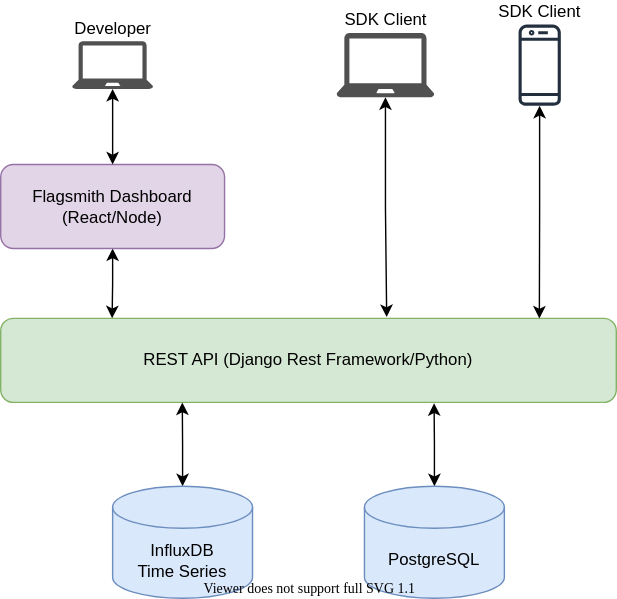
Earlier version of the draw.io export static/img/architecture.svg (Flagsmith/flagsmith-docs). Source tidied: cells renumbered, new cells last; positions are measured from the earlier drawing's top-left corner, leaving out a move shared by most shapes. Its diagram source:
```xml
<mxGraphModel>
  <root>
    <mxCell id="0" />
    <mxCell id="1" parent="0" />
    <mxCell id="2" value="REST API (Django Rest Framework/Python)" style="rounded=1;whiteSpace=wrap;html=1;fillColor=#d5e8d4;strokeColor=#82b366;" parent="1" vertex="1">
      <mxGeometry y="210" width="440" height="60" as="geometry" />
    </mxCell>
    <mxCell id="3" style="edgeStyle=orthogonalEdgeStyle;rounded=0;jettySize=auto;html=1;startArrow=classic;startFill=1;entryX=0.181;entryY=-0.001;entryDx=0;entryDy=0;entryPerimeter=0;" parent="1" edge="1" source="4" target="2">
      <mxGeometry relative="1" as="geometry" />
    </mxCell>
    <mxCell id="4" value="Flagsmith Dashboard&lt;br&gt;(React/Node)" style="rounded=1;whiteSpace=wrap;html=1;fillColor=#e1d5e7;strokeColor=#9673a6;" parent="1" vertex="1">
      <mxGeometry y="100" width="160" height="60" as="geometry" />
    </mxCell>
    <mxCell id="5" style="edgeStyle=orthogonalEdgeStyle;rounded=0;jettySize=auto;html=1;entryX=0.704;entryY=1.01;entryDx=0;entryDy=0;entryPerimeter=0;startArrow=classic;startFill=1;" parent="1" edge="1" source="6" target="2">
      <mxGeometry relative="1" as="geometry" />
    </mxCell>
    <mxCell id="6" value="PostgreSQL" style="shape=cylinder3;whiteSpace=wrap;html=1;boundedLbl=1;backgroundOutline=1;size=15;fillColor=#dae8fc;strokeColor=#6c8ebf;" parent="1" vertex="1">
      <mxGeometry x="260" y="330" width="100" height="80" as="geometry" />
    </mxCell>
    <mxCell id="7" style="edgeStyle=orthogonalEdgeStyle;rounded=0;jettySize=auto;html=1;entryX=0.875;entryY=0.002;entryDx=0;entryDy=0;entryPerimeter=0;startArrow=classic;startFill=1;" parent="1" edge="1" source="8" target="2">
      <mxGeometry relative="1" as="geometry" />
    </mxCell>
    <mxCell id="8" value="&lt;span style=&quot;color: rgb(0 , 0 , 0) ; background-color: rgb(255 , 255 , 255)&quot;&gt;SDK Client&lt;/span&gt;" style="outlineConnect=0;fontColor=#232F3E;gradientColor=none;fillColor=#232F3E;strokeColor=none;dashed=0;verticalLabelPosition=top;verticalAlign=bottom;align=center;html=1;fontSize=12;fontStyle=0;shape=mxgraph.aws4.mobile_client;labelPosition=center;" parent="1" vertex="1">
      <mxGeometry x="370" width="30.5" height="58" as="geometry" />
    </mxCell>
    <mxCell id="9" style="edgeStyle=orthogonalEdgeStyle;rounded=0;jettySize=auto;html=1;entryX=0.295;entryY=1.002;entryDx=0;entryDy=0;entryPerimeter=0;startArrow=classic;startFill=1;" parent="1" edge="1" source="10" target="2">
      <mxGeometry relative="1" as="geometry" />
    </mxCell>
    <mxCell id="10" value="InfluxDB&lt;br&gt;Time Series" style="shape=cylinder3;whiteSpace=wrap;html=1;boundedLbl=1;backgroundOutline=1;size=15;fillColor=#dae8fc;strokeColor=#6c8ebf;" parent="1" vertex="1">
      <mxGeometry x="80" y="330" width="100" height="80" as="geometry" />
    </mxCell>
    <mxCell id="11" style="edgeStyle=orthogonalEdgeStyle;rounded=0;jettySize=auto;html=1;entryX=0.5;entryY=0;entryDx=0;entryDy=0;entryPerimeter=0;startArrow=classic;startFill=1;" parent="1" edge="1" source="12" target="4">
      <mxGeometry relative="1" as="geometry" />
    </mxCell>
    <mxCell id="12" value="Developer" style="shadow=0;dashed=0;html=1;strokeColor=none;fillColor=#505050;labelPosition=center;verticalLabelPosition=top;verticalAlign=bottom;outlineConnect=0;align=center;shape=mxgraph.office.devices.laptop;" parent="1" vertex="1">
      <mxGeometry x="51" y="12" width="58" height="34" as="geometry" />
    </mxCell>
    <mxCell id="13" style="edgeStyle=orthogonalEdgeStyle;rounded=0;jettySize=auto;html=1;entryX=0.627;entryY=-0.016;entryDx=0;entryDy=0;entryPerimeter=0;startArrow=classic;startFill=1;" parent="1" edge="1" source="14" target="2">
      <mxGeometry relative="1" as="geometry" />
    </mxCell>
    <mxCell id="14" value="SDK Client" style="shadow=0;dashed=0;html=1;strokeColor=none;fillColor=#505050;labelPosition=center;verticalLabelPosition=top;verticalAlign=bottom;outlineConnect=0;align=center;shape=mxgraph.office.devices.laptop;" parent="1" vertex="1">
      <mxGeometry x="240" y="6" width="70" height="46" as="geometry" />
    </mxCell>
  </root>
</mxGraphModel>
```
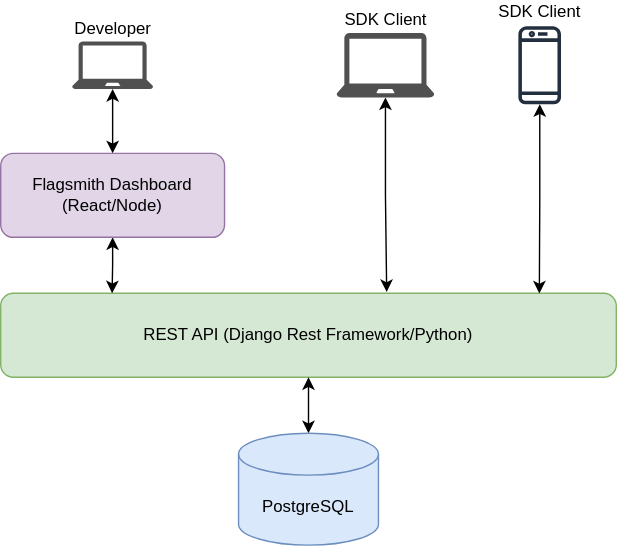
After the commit.

Commit message:
Updated architecture diagram

Change to the diagram source:
```diff
@@ -9,37 +9,31 @@
       <mxGeometry relative="1" as="geometry" />
     </mxCell>
     <mxCell id="4" value="Flagsmith Dashboard&lt;br&gt;(React/Node)" style="rounded=1;whiteSpace=wrap;html=1;fillColor=#e1d5e7;strokeColor=#9673a6;" parent="1" vertex="1">
-      <mxGeometry y="100" width="160" height="60" as="geometry" />
+      <mxGeometry y="110" width="160" height="60" as="geometry" />
     </mxCell>
-    <mxCell id="5" style="edgeStyle=orthogonalEdgeStyle;rounded=0;jettySize=auto;html=1;entryX=0.704;entryY=1.01;entryDx=0;entryDy=0;entryPerimeter=0;startArrow=classic;startFill=1;" parent="1" edge="1" source="6" target="2">
+    <mxCell id="5" style="edgeStyle=orthogonalEdgeStyle;rounded=0;jettySize=auto;html=1;entryX=0.5;entryY=1;entryDx=0;entryDy=0;startArrow=classic;startFill=1;" parent="1" edge="1" source="6" target="2">
       <mxGeometry relative="1" as="geometry" />
     </mxCell>
     <mxCell id="6" value="PostgreSQL" style="shape=cylinder3;whiteSpace=wrap;html=1;boundedLbl=1;backgroundOutline=1;size=15;fillColor=#dae8fc;strokeColor=#6c8ebf;" parent="1" vertex="1">
-      <mxGeometry x="260" y="330" width="100" height="80" as="geometry" />
+      <mxGeometry x="170" y="310" width="100" height="80" as="geometry" />
     </mxCell>
     <mxCell id="7" style="edgeStyle=orthogonalEdgeStyle;rounded=0;jettySize=auto;html=1;entryX=0.875;entryY=0.002;entryDx=0;entryDy=0;entryPerimeter=0;startArrow=classic;startFill=1;" parent="1" edge="1" source="8" target="2">
       <mxGeometry relative="1" as="geometry" />
     </mxCell>
     <mxCell id="8" value="&lt;span style=&quot;color: rgb(0 , 0 , 0) ; background-color: rgb(255 , 255 , 255)&quot;&gt;SDK Client&lt;/span&gt;" style="outlineConnect=0;fontColor=#232F3E;gradientColor=none;fillColor=#232F3E;strokeColor=none;dashed=0;verticalLabelPosition=top;verticalAlign=bottom;align=center;html=1;fontSize=12;fontStyle=0;shape=mxgraph.aws4.mobile_client;labelPosition=center;" parent="1" vertex="1">
-      <mxGeometry x="370" width="30.5" height="58" as="geometry" />
+      <mxGeometry x="370" y="18" width="30.5" height="58" as="geometry" />
     </mxCell>
-    <mxCell id="9" style="edgeStyle=orthogonalEdgeStyle;rounded=0;jettySize=auto;html=1;entryX=0.295;entryY=1.002;entryDx=0;entryDy=0;entryPerimeter=0;startArrow=classic;startFill=1;" parent="1" edge="1" source="10" target="2">
-      <mxGeometry relative="1" as="geometry" />
-    </mxCell>
-    <mxCell id="10" value="InfluxDB&lt;br&gt;Time Series" style="shape=cylinder3;whiteSpace=wrap;html=1;boundedLbl=1;backgroundOutline=1;size=15;fillColor=#dae8fc;strokeColor=#6c8ebf;" parent="1" vertex="1">
-      <mxGeometry x="80" y="330" width="100" height="80" as="geometry" />
-    </mxCell>
     <mxCell id="11" style="edgeStyle=orthogonalEdgeStyle;rounded=0;jettySize=auto;html=1;entryX=0.5;entryY=0;entryDx=0;entryDy=0;entryPerimeter=0;startArrow=classic;startFill=1;" parent="1" edge="1" source="12" target="4">
       <mxGeometry relative="1" as="geometry" />
     </mxCell>
     <mxCell id="12" value="Developer" style="shadow=0;dashed=0;html=1;strokeColor=none;fillColor=#505050;labelPosition=center;verticalLabelPosition=top;verticalAlign=bottom;outlineConnect=0;align=center;shape=mxgraph.office.devices.laptop;" parent="1" vertex="1">
-      <mxGeometry x="51" y="12" width="58" height="34" as="geometry" />
+      <mxGeometry x="51" y="30" width="58" height="34" as="geometry" />
     </mxCell>
     <mxCell id="13" style="edgeStyle=orthogonalEdgeStyle;rounded=0;jettySize=auto;html=1;entryX=0.627;entryY=-0.016;entryDx=0;entryDy=0;entryPerimeter=0;startArrow=classic;startFill=1;" parent="1" edge="1" source="14" target="2">
       <mxGeometry relative="1" as="geometry" />
     </mxCell>
     <mxCell id="14" value="SDK Client" style="shadow=0;dashed=0;html=1;strokeColor=none;fillColor=#505050;labelPosition=center;verticalLabelPosition=top;verticalAlign=bottom;outlineConnect=0;align=center;shape=mxgraph.office.devices.laptop;" parent="1" vertex="1">
-      <mxGeometry x="240" y="6" width="70" height="46" as="geometry" />
+      <mxGeometry x="240" y="24" width="70" height="46" as="geometry" />
     </mxCell>
   </root>
 </mxGraphModel>
```
